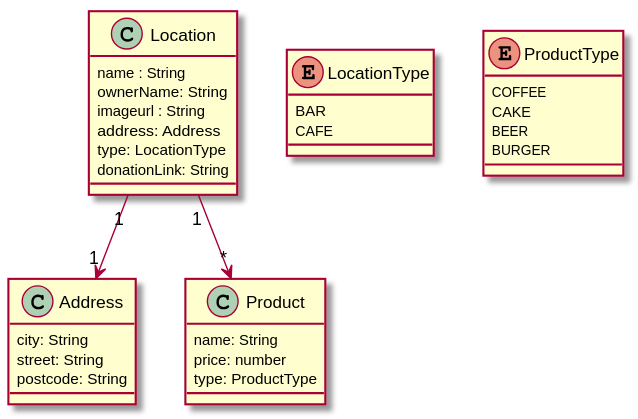
The PlantUML diagram doc/model.svg in VirtualCoffee/lokalrunde, before a commit.
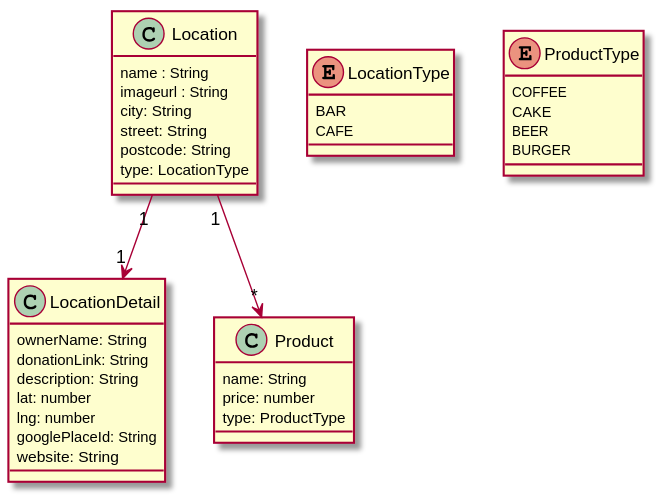
Later version of the same file.

Commit message:
change UML model -> remove address class and seperate fields into location and locationDetail

What changed in the source:
```diff
@@ -1,15 +1,15 @@
 @startuml
 
-Location "1" --> "1" Address
+Location "1" --> "1" LocationDetail
 Location "1" --> "*" Product
 
 class Location {
-   name : String
-   ownerName: String
-   imageurl : String
-   address: Address
-   type: LocationType
-   donationLink: String
+    name : String
+    imageurl : String
+    city: String
+    street: String
+    postcode: String
+    type: LocationType
 }
 
 enum LocationType
@@ -18,10 +18,14 @@
     CAFE
 }
 
-class Address {
-    city: String
-    street: String
-    postcode: String
+class LocationDetail {
+    ownerName: String
+    donationLink: String
+    description: String
+    lat: number
+    lng: number
+    googlePlaceId: String
+    website: String
 }
 
 class Product {
```
